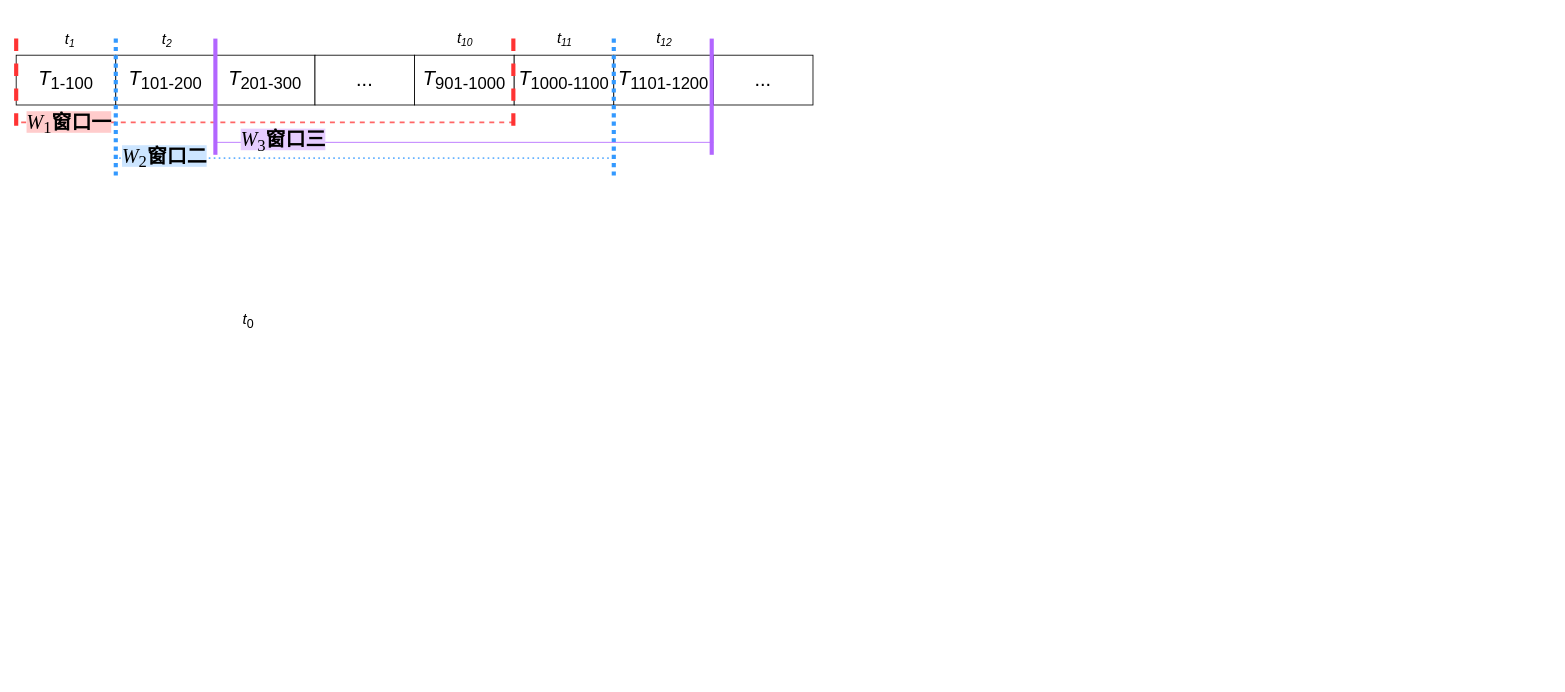
Above: figures/flowchart/windows.drawio in zoezou9/fp_mining (draw.io), before the change. Source tidied: cells renumbered, new cells numbered last; positions are measured from the earlier drawing's top-left corner, leaving out a move shared by most shapes. Both pictures are drawn from the tidied source at 83%, with x=0, y=0 at pixel (16, 14).
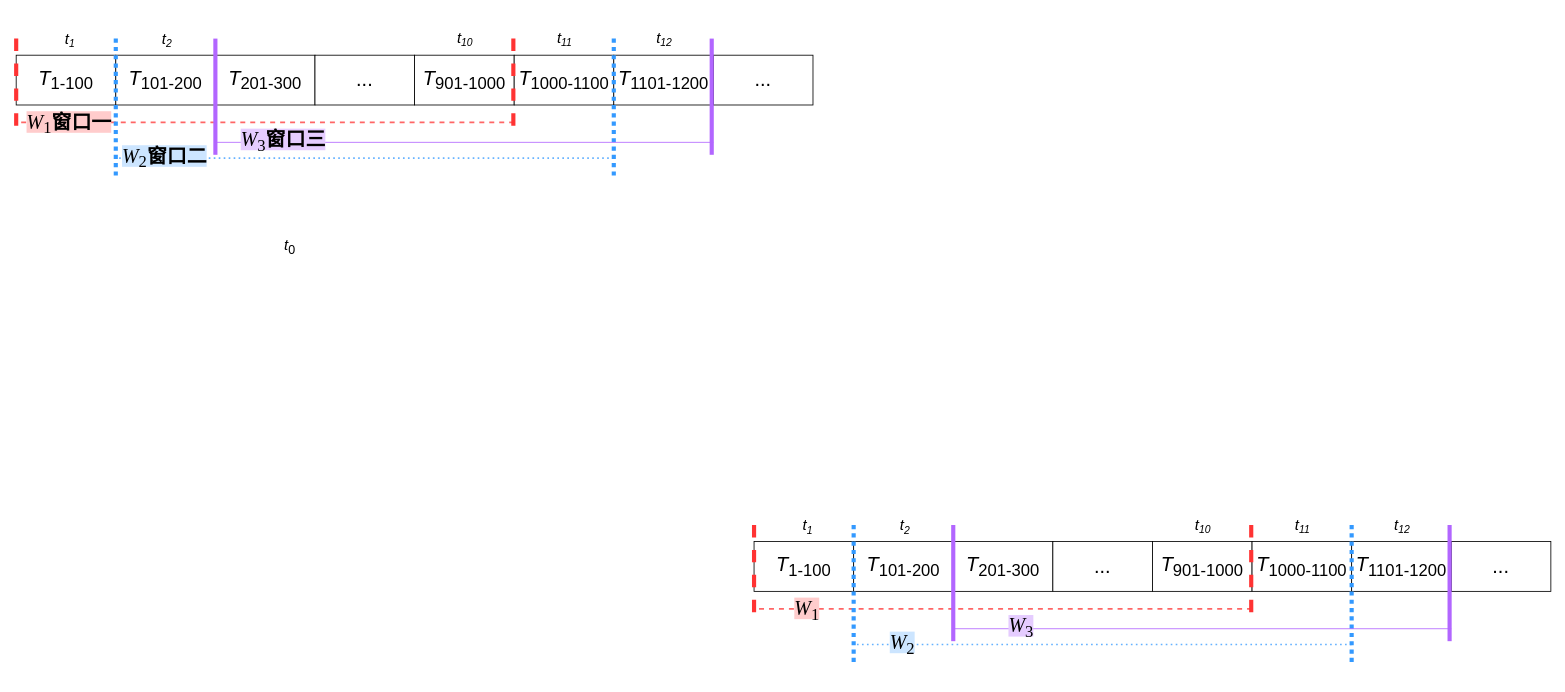
The same page after the edit.

The edit, as a diff of the source:
```diff
@@
     <mxCell id="22" value="&lt;font style=&quot;font-size: 18px;&quot;&gt;&lt;i style=&quot;&quot;&gt;t&lt;/i&gt;&lt;sub style=&quot;&quot;&gt;0&lt;/sub&gt;&lt;/font&gt;" style="text;html=1;align=center;verticalAlign=middle;whiteSpace=wrap;rounded=0;" parent="1" vertex="1">
-      <mxGeometry x="250" y="339" width="60" height="60" as="geometry" />
+      <mxGeometry x="300" y="250" width="60" height="60" as="geometry" />
     </mxCell>
@@
+    <mxCell id="29" style="endArrow=none;html=1;rounded=0;strokeColor=light-dark(#66B2FF,#EDEDED);strokeWidth=2;dashed=1;dashPattern=1 2;" parent="1" edge="1">
+      <mxGeometry relative="1" as="geometry">
+        <mxPoint x="1609" y="759" as="sourcePoint" />
+        <mxPoint x="1009" y="759" as="targetPoint" />
+      </mxGeometry>
+    </mxCell>
+    <mxCell id="30" style="endArrow=none;html=1;rounded=0;strokeColor=light-dark(#FF6666,#EDEDED);strokeWidth=2;dashed=1;" parent="1" edge="1">
+      <mxGeometry relative="1" as="geometry">
+        <mxPoint x="1489" y="716" as="sourcePoint" />
+        <mxPoint x="889" y="716" as="targetPoint" />
+      </mxGeometry>
+    </mxCell>
+    <mxCell id="31" value="&lt;font style=&quot;font-size: 24px;&quot;&gt;&lt;i&gt;T&lt;/i&gt;&lt;sub&gt;1-100&lt;/sub&gt;&lt;/font&gt;" style="rounded=0;whiteSpace=wrap;html=1;" parent="1" vertex="1">
+      <mxGeometry x="889" y="635" width="120" height="60" as="geometry" />
+    </mxCell>
+    <mxCell id="32" value="&lt;font style=&quot;font-size: 24px;&quot;&gt;&lt;i&gt;T&lt;/i&gt;&lt;sub&gt;101-200&lt;/sub&gt;&lt;/font&gt;" style="rounded=0;whiteSpace=wrap;html=1;" parent="1" vertex="1">
+      <mxGeometry x="1009" y="635" width="120" height="60" as="geometry" />
+    </mxCell>
+    <mxCell id="33" value="&lt;font style=&quot;font-size: 24px;&quot;&gt;&lt;i&gt;T&lt;/i&gt;&lt;sub&gt;201-300&lt;/sub&gt;&lt;/font&gt;" style="rounded=0;whiteSpace=wrap;html=1;" parent="1" vertex="1">
+      <mxGeometry x="1129" y="635" width="120" height="60" as="geometry" />
+    </mxCell>
+    <mxCell id="34" value="&lt;font style=&quot;font-size: 24px;&quot;&gt;...&lt;/font&gt;" style="rounded=0;whiteSpace=wrap;html=1;" parent="1" vertex="1">
+      <mxGeometry x="1249" y="635" width="120" height="60" as="geometry" />
+    </mxCell>
+    <mxCell id="35" value="&lt;font style=&quot;font-size: 24px;&quot;&gt;&lt;i&gt;T&lt;/i&gt;&lt;sub&gt;901-1000&lt;/sub&gt;&lt;/font&gt;" style="rounded=0;whiteSpace=wrap;html=1;" parent="1" vertex="1">
+      <mxGeometry x="1369" y="635" width="120" height="60" as="geometry" />
+    </mxCell>
+    <mxCell id="36" value="&lt;font style=&quot;font-size: 24px;&quot;&gt;&lt;i&gt;T&lt;/i&gt;&lt;sub&gt;1000-1100&lt;/sub&gt;&lt;/font&gt;" style="rounded=0;whiteSpace=wrap;html=1;" parent="1" vertex="1">
+      <mxGeometry x="1489" y="635" width="120" height="60" as="geometry" />
+    </mxCell>
+    <mxCell id="37" value="&lt;font style=&quot;font-size: 24px;&quot;&gt;&lt;i&gt;T&lt;/i&gt;&lt;sub&gt;1101-1200&lt;/sub&gt;&lt;/font&gt;" style="rounded=0;whiteSpace=wrap;html=1;" parent="1" vertex="1">
+      <mxGeometry x="1609" y="635" width="120" height="60" as="geometry" />
+    </mxCell>
+    <mxCell id="38" value="&lt;span style=&quot;font-size: 24px;&quot;&gt;...&lt;/span&gt;" style="rounded=0;whiteSpace=wrap;html=1;" parent="1" vertex="1">
+      <mxGeometry x="1729" y="635" width="120" height="60" as="geometry" />
+    </mxCell>
+    <mxCell id="39" style="endArrow=none;html=1;rounded=0;strokeColor=none;strokeWidth=5;" parent="1" edge="1">
+      <mxGeometry relative="1" as="geometry">
+        <mxPoint x="1609" y="725" as="sourcePoint" />
+        <mxPoint x="1609" y="605" as="targetPoint" />
+      </mxGeometry>
+    </mxCell>
+    <mxCell id="40" style="endArrow=none;html=1;rounded=0;strokeColor=light-dark(#B266FF,#EDEDED);strokeWidth=5;" parent="1" edge="1">
+      <mxGeometry relative="1" as="geometry">
+        <mxPoint x="1727" y="755" as="sourcePoint" />
+        <mxPoint x="1727" y="615" as="targetPoint" />
+      </mxGeometry>
+    </mxCell>
+    <mxCell id="41" value="&lt;font face=&quot;Times New Roman&quot; style=&quot;background-color: rgb(255, 204, 204); color: rgb(0, 0, 0); font-size: 24px;&quot;&gt;&lt;span style=&quot;line-height: 150%;&quot; lang=&quot;EN-US&quot;&gt;&lt;font style=&quot;&quot;&gt;&lt;i&gt;W&lt;/i&gt;&lt;sub style=&quot;&quot;&gt;1&lt;/sub&gt;&lt;/font&gt;&lt;/span&gt;&lt;/font&gt;" style="text;html=1;align=center;verticalAlign=middle;whiteSpace=wrap;rounded=0;" parent="1" vertex="1">
+      <mxGeometry x="889" y="689" width="128" height="60" as="geometry" />
+    </mxCell>
+    <mxCell id="42" value="&lt;font face=&quot;Times New Roman&quot; style=&quot;color: rgb(0, 0, 0); background-color: rgb(204, 229, 255); font-size: 24px;&quot;&gt;&lt;span style=&quot;line-height: 150%;&quot; lang=&quot;EN-US&quot;&gt;&lt;font style=&quot;&quot;&gt;&lt;i&gt;W&lt;/i&gt;&lt;sub style=&quot;&quot;&gt;2&lt;/sub&gt;&lt;/font&gt;&lt;/span&gt;&lt;/font&gt;" style="text;html=1;align=center;verticalAlign=middle;whiteSpace=wrap;rounded=0;" parent="1" vertex="1">
+      <mxGeometry x="1013" y="735" width="110" height="50" as="geometry" />
+    </mxCell>
+    <mxCell id="43" style="endArrow=none;html=1;rounded=0;strokeColor=light-dark(#3399ff, #ededed);strokeWidth=5;dashed=1;dashPattern=1 1;" parent="1" edge="1">
+      <mxGeometry relative="1" as="geometry">
+        <mxPoint x="1609" y="780" as="sourcePoint" />
+        <mxPoint x="1609" y="610" as="targetPoint" />
+      </mxGeometry>
+    </mxCell>
+    <mxCell id="44" style="endArrow=none;html=1;rounded=0;strokeColor=light-dark(#3399ff, #ededed);strokeWidth=5;dashed=1;dashPattern=1 1;" parent="1" edge="1">
+      <mxGeometry relative="1" as="geometry">
+        <mxPoint x="1009" y="780" as="sourcePoint" />
+        <mxPoint x="1009" y="610" as="targetPoint" />
+      </mxGeometry>
+    </mxCell>
+    <mxCell id="45" style="endArrow=none;html=1;rounded=0;strokeColor=light-dark(#B266FF,#EDEDED);strokeWidth=5;" parent="1" edge="1">
+      <mxGeometry relative="1" as="geometry">
+        <mxPoint x="1129" y="755" as="sourcePoint" />
+        <mxPoint x="1129" y="615" as="targetPoint" />
+      </mxGeometry>
+    </mxCell>
+    <mxCell id="46" style="endArrow=none;html=1;rounded=0;strokeColor=light-dark(#B266FF,#EDEDED);strokeWidth=1;" parent="1" edge="1">
+      <mxGeometry relative="1" as="geometry">
+        <mxPoint x="1729" y="740" as="sourcePoint" />
+        <mxPoint x="1129" y="740" as="targetPoint" />
+      </mxGeometry>
+    </mxCell>
+    <mxCell id="47" value="&lt;font face=&quot;Times New Roman&quot; style=&quot;color: rgb(0, 0, 0); background-color: rgb(229, 204, 255); font-size: 24px;&quot;&gt;&lt;span style=&quot;line-height: 150%;&quot; lang=&quot;EN-US&quot;&gt;&lt;font style=&quot;&quot;&gt;&lt;i&gt;W&lt;/i&gt;&lt;sub style=&quot;&quot;&gt;3&lt;/sub&gt;&lt;/font&gt;&lt;/span&gt;&lt;/font&gt;" style="text;html=1;align=center;verticalAlign=middle;whiteSpace=wrap;rounded=0;" parent="1" vertex="1">
+      <mxGeometry x="1141" y="680" width="140" height="120" as="geometry" />
+    </mxCell>
+    <mxCell id="48" style="endArrow=none;html=1;rounded=0;strokeColor=light-dark(#ff3333, #ededed);strokeWidth=5;dashed=1;" parent="1" edge="1">
+      <mxGeometry relative="1" as="geometry">
+        <mxPoint x="889" y="720" as="sourcePoint" />
+        <mxPoint x="889" y="606" as="targetPoint" />
+      </mxGeometry>
+    </mxCell>
+    <mxCell id="49" style="endArrow=none;html=1;rounded=0;strokeColor=light-dark(#ff3333, #ededed);strokeWidth=5;dashed=1;" parent="1" edge="1">
+      <mxGeometry relative="1" as="geometry">
+        <mxPoint x="1488" y="720" as="sourcePoint" />
+        <mxPoint x="1488" y="606" as="targetPoint" />
+      </mxGeometry>
+    </mxCell>
+    <mxCell id="50" value="&lt;i&gt;&lt;span style=&quot;font-size: 18px;&quot;&gt;t&lt;/span&gt;&lt;span style=&quot;font-size: 15px;&quot;&gt;&lt;sub&gt;1&lt;/sub&gt;&lt;/span&gt;&lt;/i&gt;" style="text;html=1;align=center;verticalAlign=middle;whiteSpace=wrap;rounded=0;" parent="1" vertex="1">
+      <mxGeometry x="924" y="587" width="60" height="60" as="geometry" />
+    </mxCell>
+    <mxCell id="51" value="&lt;i&gt;&lt;span style=&quot;font-size: 18px;&quot;&gt;t&lt;/span&gt;&lt;span style=&quot;font-size: 15px;&quot;&gt;&lt;sub&gt;2&lt;/sub&gt;&lt;/span&gt;&lt;/i&gt;" style="text;html=1;align=center;verticalAlign=middle;whiteSpace=wrap;rounded=0;" parent="1" vertex="1">
+      <mxGeometry x="1041" y="587" width="60" height="60" as="geometry" />
+    </mxCell>
+    <mxCell id="52" value="&lt;font style=&quot;&quot;&gt;&lt;i style=&quot;&quot;&gt;&lt;span style=&quot;font-size: 18px;&quot;&gt;t&lt;/span&gt;&lt;span style=&quot;font-size: 15px;&quot;&gt;&lt;sub&gt;10&lt;/sub&gt;&lt;/span&gt;&lt;/i&gt;&lt;/font&gt;" style="text;html=1;align=center;verticalAlign=middle;whiteSpace=wrap;rounded=0;" parent="1" vertex="1">
+      <mxGeometry x="1400" y="586" width="60" height="60" as="geometry" />
+    </mxCell>
+    <mxCell id="53" value="&lt;i&gt;&lt;span style=&quot;font-size: 18px;&quot;&gt;t&lt;/span&gt;&lt;span style=&quot;font-size: 15px;&quot;&gt;&lt;sub&gt;11&lt;/sub&gt;&lt;/span&gt;&lt;/i&gt;" style="text;html=1;align=center;verticalAlign=middle;whiteSpace=wrap;rounded=0;" parent="1" vertex="1">
+      <mxGeometry x="1520" y="586" width="60" height="60" as="geometry" />
+    </mxCell>
+    <mxCell id="54" value="&lt;i&gt;&lt;span style=&quot;font-size: 18px;&quot;&gt;t&lt;/span&gt;&lt;span style=&quot;font-size: 15px;&quot;&gt;&lt;sub&gt;12&lt;/sub&gt;&lt;/span&gt;&lt;/i&gt;" style="text;html=1;align=center;verticalAlign=middle;whiteSpace=wrap;rounded=0;" parent="1" vertex="1">
+      <mxGeometry x="1640" y="586" width="60" height="60" as="geometry" />
+    </mxCell>
```
